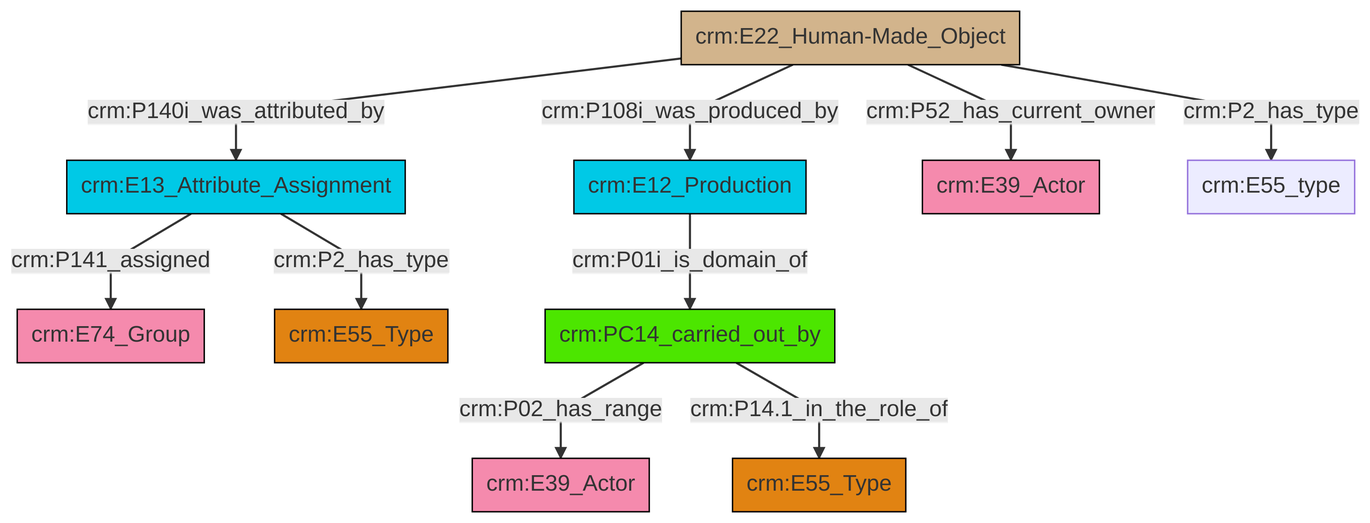
The Mermaid diagram et/builtWorkCSV/ttl/mmd/png/Built_Work_actor_relations.png in swiss-art-research-net/reference-data-models, before a commit. Its source is kept beside it as et/builtWorkCSV/ttl/mmd/Built_Work_actor_relations.ttl.mmd.
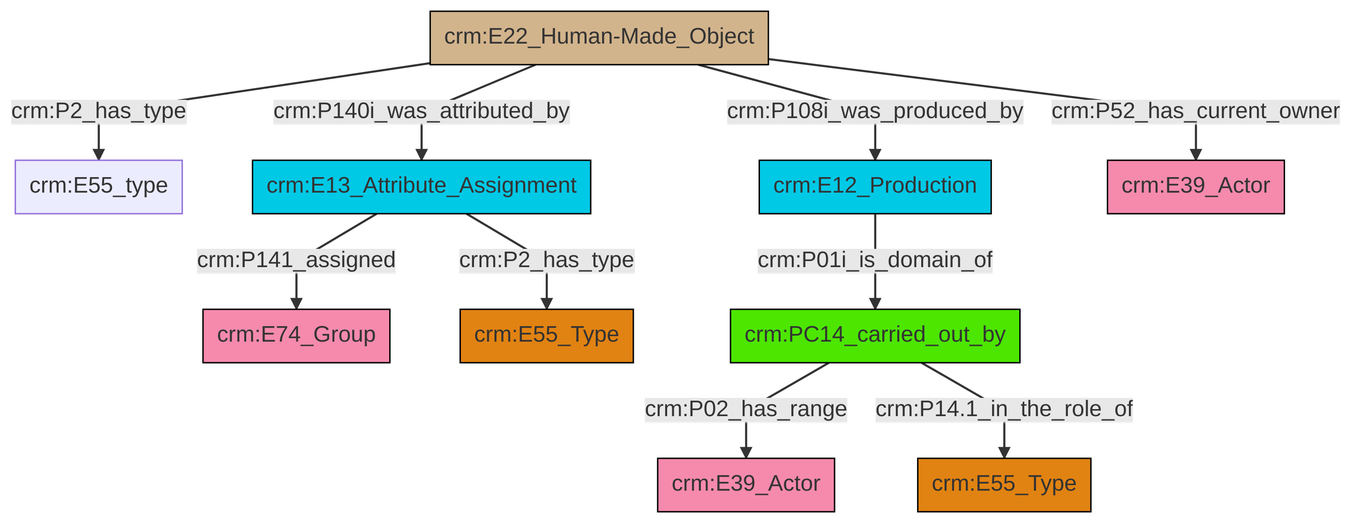
After the change.

What changed in the source:
```diff
@@ -13,12 +13,12 @@
 classDef PC_Classes fill:#4ce600, stroke:#000000;
 classDef Multi fill:#cccccc,stroke:#000000;
 
-2["crm:E13_Attribute_Assignment"]:::Temporal_Entity -->|crm:P141_assigned| 3["crm:E74_Group"]:::Actor
-4["crm:PC14_carried_out_by"]:::PC_Classes -->|crm:P02_has_range| 5["crm:E39_Actor"]:::Actor
-0["crm:E22_Human-Made_Object"]:::Physical_Thing -->|crm:P140i_was_attributed_by| 2["crm:E13_Attribute_Assignment"]:::Temporal_Entity
-4["crm:PC14_carried_out_by"]:::PC_Classes -->|crm:P14.1_in_the_role_of| 6["crm:E55_Type"]:::Type
-0["crm:E22_Human-Made_Object"]:::Physical_Thing -->|crm:P108i_was_produced_by| 7["crm:E12_Production"]:::Temporal_Entity
-0["crm:E22_Human-Made_Object"]:::Physical_Thing -->|crm:P52_has_current_owner| 8["crm:E39_Actor"]:::Actor
-7["crm:E12_Production"]:::Temporal_Entity -->|crm:P01i_is_domain_of| 4["crm:PC14_carried_out_by"]:::PC_Classes
-2["crm:E13_Attribute_Assignment"]:::Temporal_Entity -->|crm:P2_has_type| 10["crm:E55_Type"]:::Type
-0["crm:E22_Human-Made_Object"]:::Physical_Thing -->|crm:P2_has_type| 17["crm:E55_type"]:::Default
+2["crm:PC14_carried_out_by"]:::PC_Classes -->|crm:P02_has_range| 3["crm:E39_Actor"]:::Actor
+2["crm:PC14_carried_out_by"]:::PC_Classes -->|crm:P14.1_in_the_role_of| 4["crm:E55_Type"]:::Type
+12["crm:E12_Production"]:::Temporal_Entity -->|crm:P01i_is_domain_of| 2["crm:PC14_carried_out_by"]:::PC_Classes
+8["crm:E22_Human-Made_Object"]:::Physical_Thing -->|crm:P2_has_type| 19["crm:E55_type"]:::Default
+13["crm:E13_Attribute_Assignment"]:::Temporal_Entity -->|crm:P141_assigned| 10["crm:E74_Group"]:::Actor
+8["crm:E22_Human-Made_Object"]:::Physical_Thing -->|crm:P140i_was_attributed_by| 13["crm:E13_Attribute_Assignment"]:::Temporal_Entity
+8["crm:E22_Human-Made_Object"]:::Physical_Thing -->|crm:P108i_was_produced_by| 12["crm:E12_Production"]:::Temporal_Entity
+13["crm:E13_Attribute_Assignment"]:::Temporal_Entity -->|crm:P2_has_type| 0["crm:E55_Type"]:::Type
+8["crm:E22_Human-Made_Object"]:::Physical_Thing -->|crm:P52_has_current_owner| 6["crm:E39_Actor"]:::Actor
```
